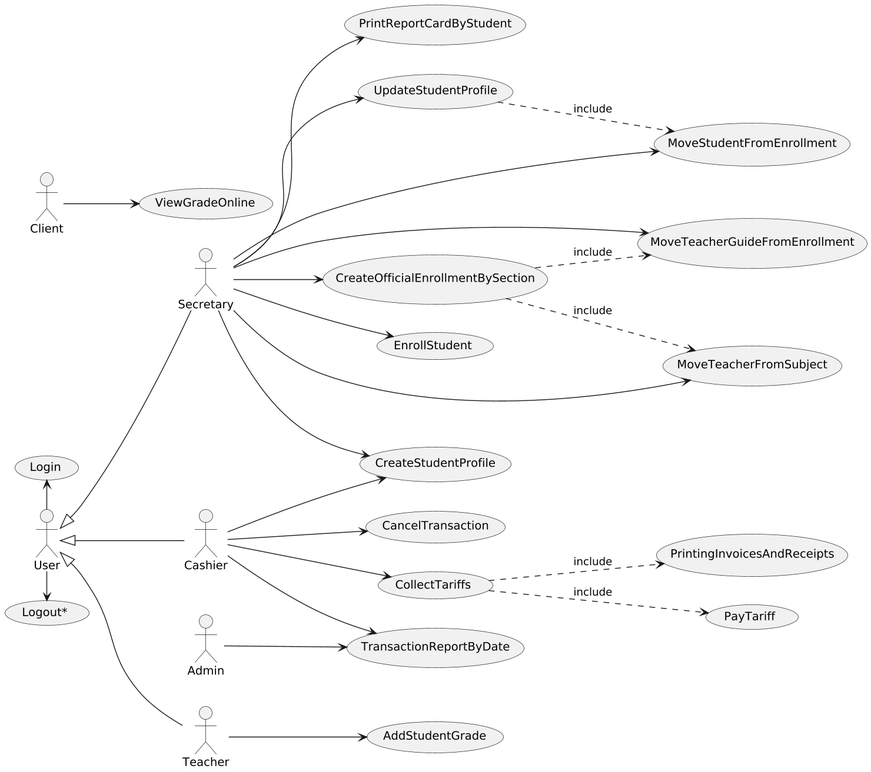
This is out/UseCaseView/UseCases.png from wsmcbl/wsmcbl.doc, a PlantUML export, as it was before one commit. The source it was exported from:
```plantuml
@startuml
scale 2
left to right direction


actor User
actor Secretary
actor Cashier

User <|-- Secretary
User <|-- Cashier

usecase EnrollStudent
usecase CreateOfficialEnrollmentBySection
usecase PrintingInvoicesAndReceipts
usecase PrintReportCardByStudent
usecase MoveTeacherGuideFromEnrollment
usecase CollectTariffs

Secretary --> EnrollStudent
Secretary --> CreateOfficialEnrollmentBySection
Secretary --> PrintReportCardByStudent
Secretary --> MoveTeacherGuideFromEnrollment

Cashier --> CollectTariffs

CollectTariffs ..> PrintingInvoicesAndReceipts: include
CreateOfficialEnrollmentBySection ..> MoveTeacherGuideFromEnrollment : include

actor Client
actor Teacher

User <|-- Teacher

usecase CU60 as "PayTariff"
usecase CU11 as "AddStudentGrade"
usecase CU02 as "CreateStudentProfile"
usecase CU69 as "Login"
usecase "Logout*"

User -left-> CU69
User -right-> "Logout*"

Secretary --> CU02

Cashier --> CU02

Teacher --> CU11

CollectTariffs ..> CU60 : include


usecase CU15 as "ViewGradeOnline"
usecase CU16 as "UpdateStudentProfile"
usecase CU22 as "MoveTeacherFromSubject"
usecase CU23 as "MoveStudentFromEnrollment"
usecase CU73 as "CancelTransaction"
usecase CU75 as "TransactionReportByDate"


Client --> CU15

Secretary --> CU16
Secretary --> CU22
Secretary --> CU23

Cashier --> CU73
Cashier --> CU75

Admin --> CU75

CreateOfficialEnrollmentBySection ..> CU22 : include

CU16 ..> CU23 : include

@enduml
```
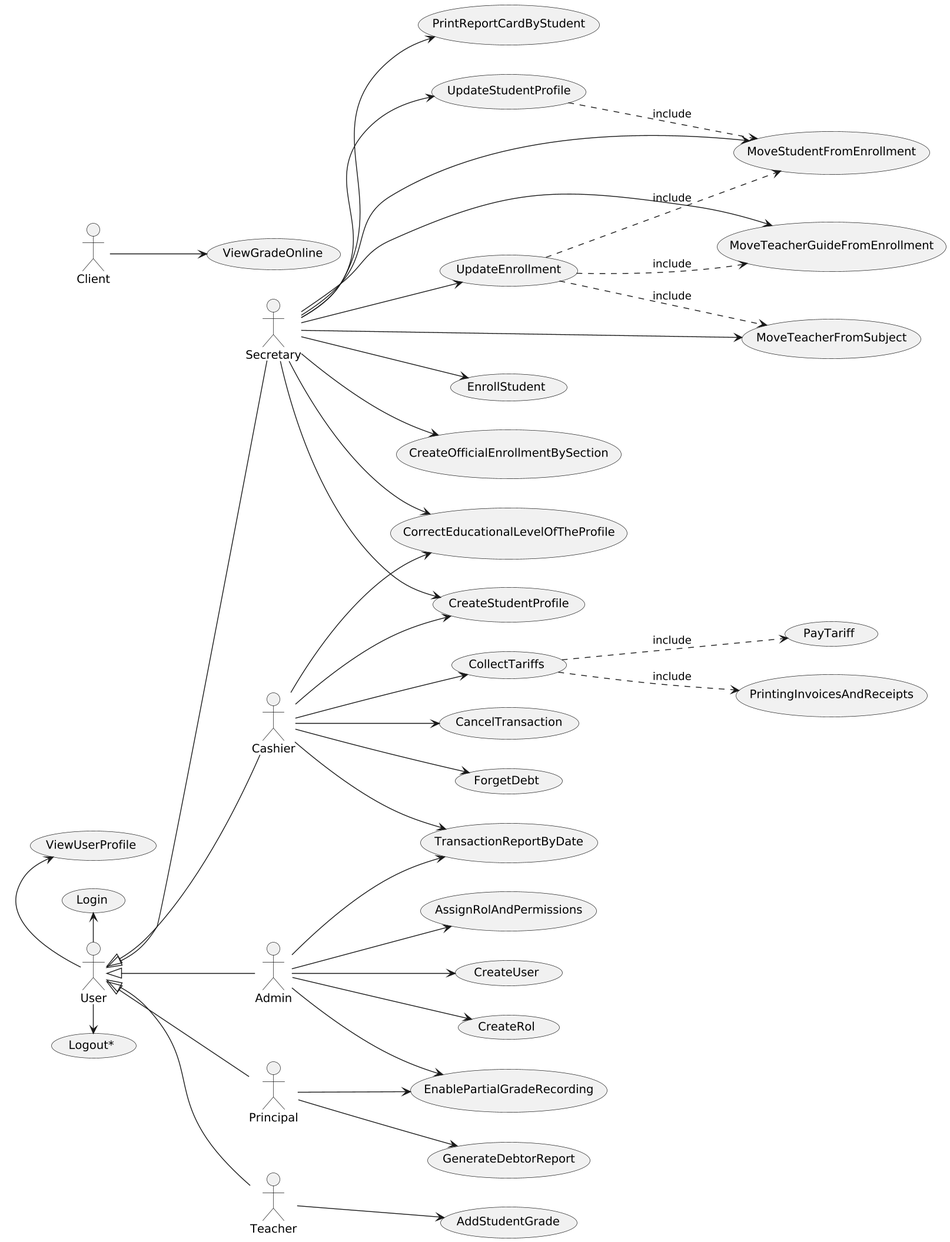
Later version of the same file.

The edit, as a diff of the source:
```diff
@@ -14,18 +14,17 @@
 usecase CreateOfficialEnrollmentBySection
 usecase PrintingInvoicesAndReceipts
 usecase PrintReportCardByStudent
-usecase MoveTeacherGuideFromEnrollment
+usecase CU21 as "MoveTeacherGuideFromEnrollment"
 usecase CollectTariffs
 
 Secretary --> EnrollStudent
 Secretary --> CreateOfficialEnrollmentBySection
 Secretary --> PrintReportCardByStudent
-Secretary --> MoveTeacherGuideFromEnrollment
+Secretary --> CU21
 
 Cashier --> CollectTariffs
 
 CollectTariffs ..> PrintingInvoicesAndReceipts: include
-CreateOfficialEnrollmentBySection ..> MoveTeacherGuideFromEnrollment : include
 
 actor Client
 actor Teacher
@@ -50,6 +49,10 @@
 CollectTariffs ..> CU60 : include
 
 
+actor Admin
+
+User <|-- Admin
+
 usecase CU15 as "ViewGradeOnline"
 usecase CU16 as "UpdateStudentProfile"
 usecase CU22 as "MoveTeacherFromSubject"
@@ -69,8 +72,42 @@
 
 Admin --> CU75
 
-CreateOfficialEnrollmentBySection ..> CU22 : include
 
 CU16 ..> CU23 : include
 
+
+actor Principal
+
+User <|-- Principal
+
+usecase CU07 as "GenerateDebtorReport"
+usecase CU20 as "UpdateEnrollment"
+usecase CU46 as "CreateUser"
+usecase CU51 as "ViewUserProfile"
+usecase CU61 as "EnablePartialGradeRecording"
+usecase CU70 as "CreateRol"
+usecase CU71 as "AssignRolAndPermissions"
+usecase CU77 as "CorrectEducationalLevelOfTheProfile"
+usecase CU78 as "ForgetDebt"
+
+Principal --> CU07
+Principal --> CU61
+
+Secretary --> CU20
+Secretary --> CU77
+
+Admin --> CU46
+Admin --> CU61
+Admin --> CU70
+Admin --> CU71
+
+Cashier --> CU77
+Cashier --> CU78
+
+User -left-> CU51
+
+CU20 ..> CU21 : include
+CU20 ..> CU22 : include
+CU20 ..> CU23 : include
+
 @enduml
```
